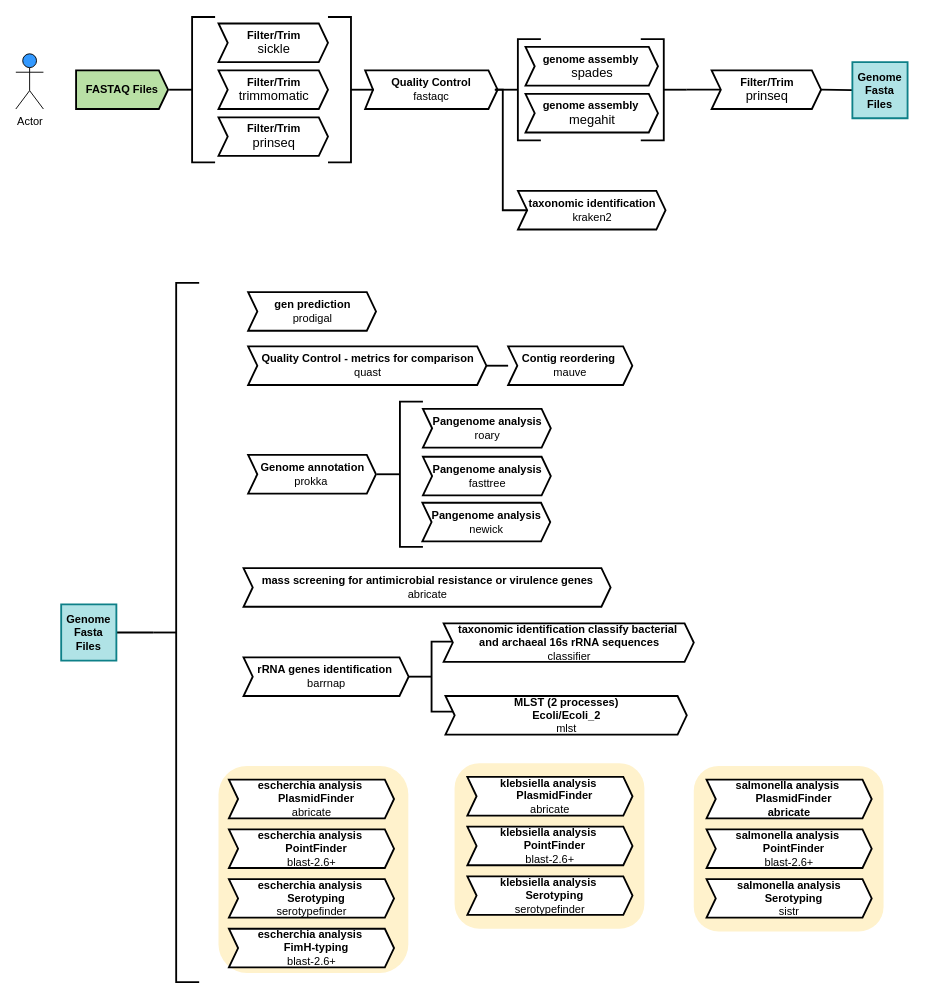
Before: page "MVP" (3 of 3) of standarpipelineworkflow-longversion.drawio in ldipotetjob/genx, a draw.io diagram. Source tidied: cells renumbered, new cells numbered last; positions are measured from the earlier drawing's top-left corner, leaving out a move shared by most shapes. Both pictures are drawn from the tidied source at 92%, with x=0, y=0 at pixel (16, 17).
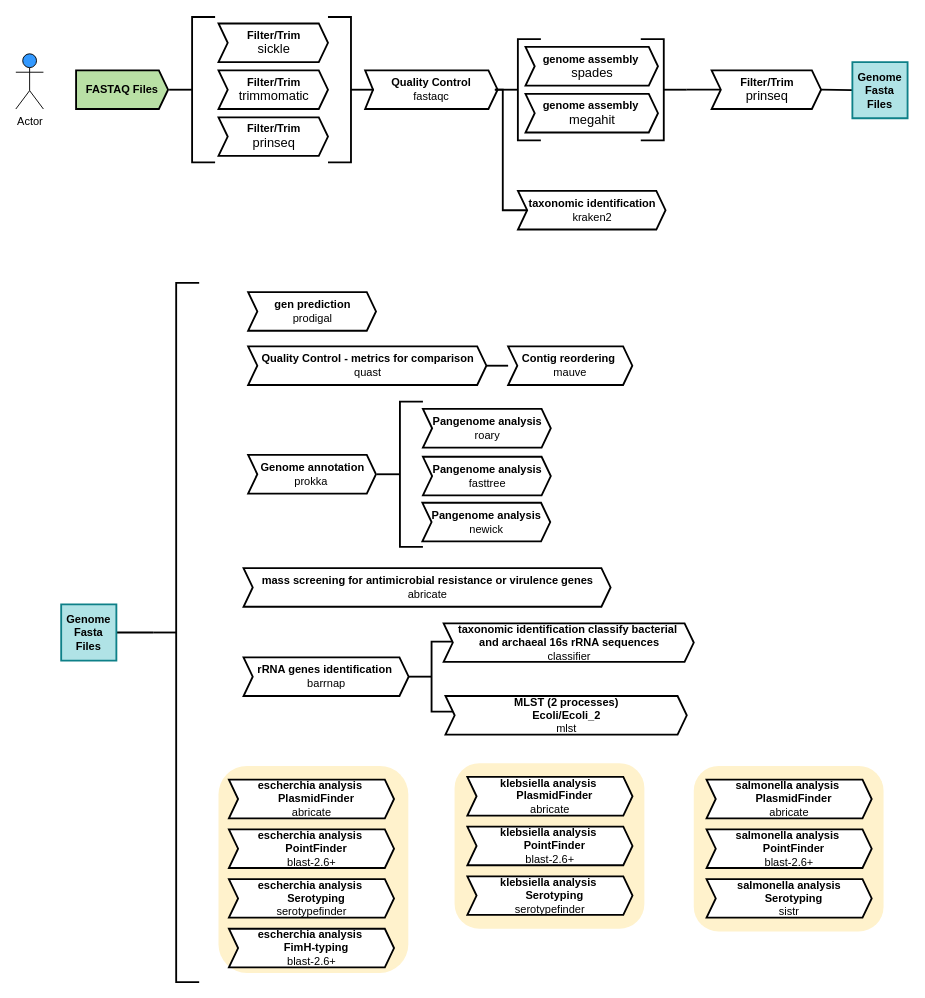
After the change.

Diff of the diagram source:
```diff
@@
-    <mxCell id="42" value="&lt;div&gt;&lt;b&gt;salmonella analysis&amp;nbsp;&lt;/b&gt;&lt;/div&gt;&lt;div&gt;&lt;b&gt;&amp;nbsp; &amp;nbsp; PlasmidFinder&amp;nbsp;&lt;/b&gt;&lt;/div&gt;&lt;div&gt;&lt;b&gt;abricate&lt;/b&gt;&lt;/div&gt;" style="html=1;shadow=0;align=center;verticalAlign=middle;shape=mxgraph.arrows2.arrow;dy=0;dx=10;notch=10;fillColor=#FFFFFF;strokeColor=#000000;strokeWidth=2;" parent="1" vertex="1">
+    <mxCell id="42" value="&lt;div&gt;&lt;b&gt;salmonella analysis&amp;nbsp;&lt;/b&gt;&lt;/div&gt;&lt;div&gt;&lt;b&gt;&amp;nbsp; &amp;nbsp; PlasmidFinder&amp;nbsp;&lt;/b&gt;&lt;/div&gt;&lt;div&gt;abricate&lt;/div&gt;" style="html=1;shadow=0;align=center;verticalAlign=middle;shape=mxgraph.arrows2.arrow;dy=0;dx=10;notch=10;fillColor=#FFFFFF;strokeColor=#000000;strokeWidth=2;" parent="1" vertex="1">
       <mxGeometry x="750.5" y="829" width="179.5" height="42" as="geometry" />
     </mxCell>
```
